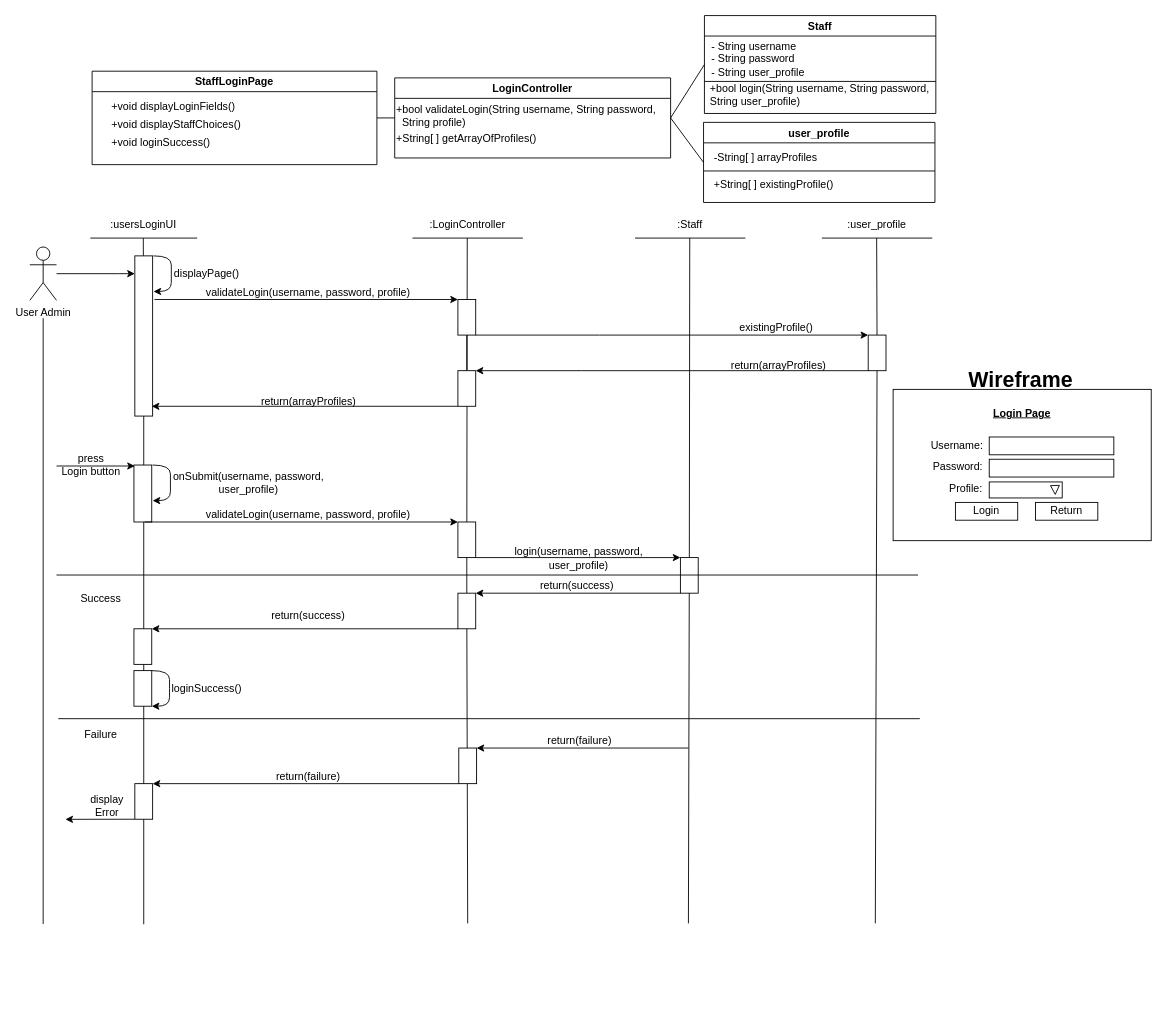
Above: BCE_UML_and_Diagrams/LoginLogout/LoginUserStory.drawio in extred5700/JAVAGUI-Restaurant-Table-Order-System (draw.io), before the change. Source tidied: cells renumbered, new cells numbered last; positions are measured from the earlier drawing's top-left corner, leaving out a move shared by most shapes. Both pictures are drawn from the tidied source at 89%, with x=0, y=0 at pixel (29, 15).
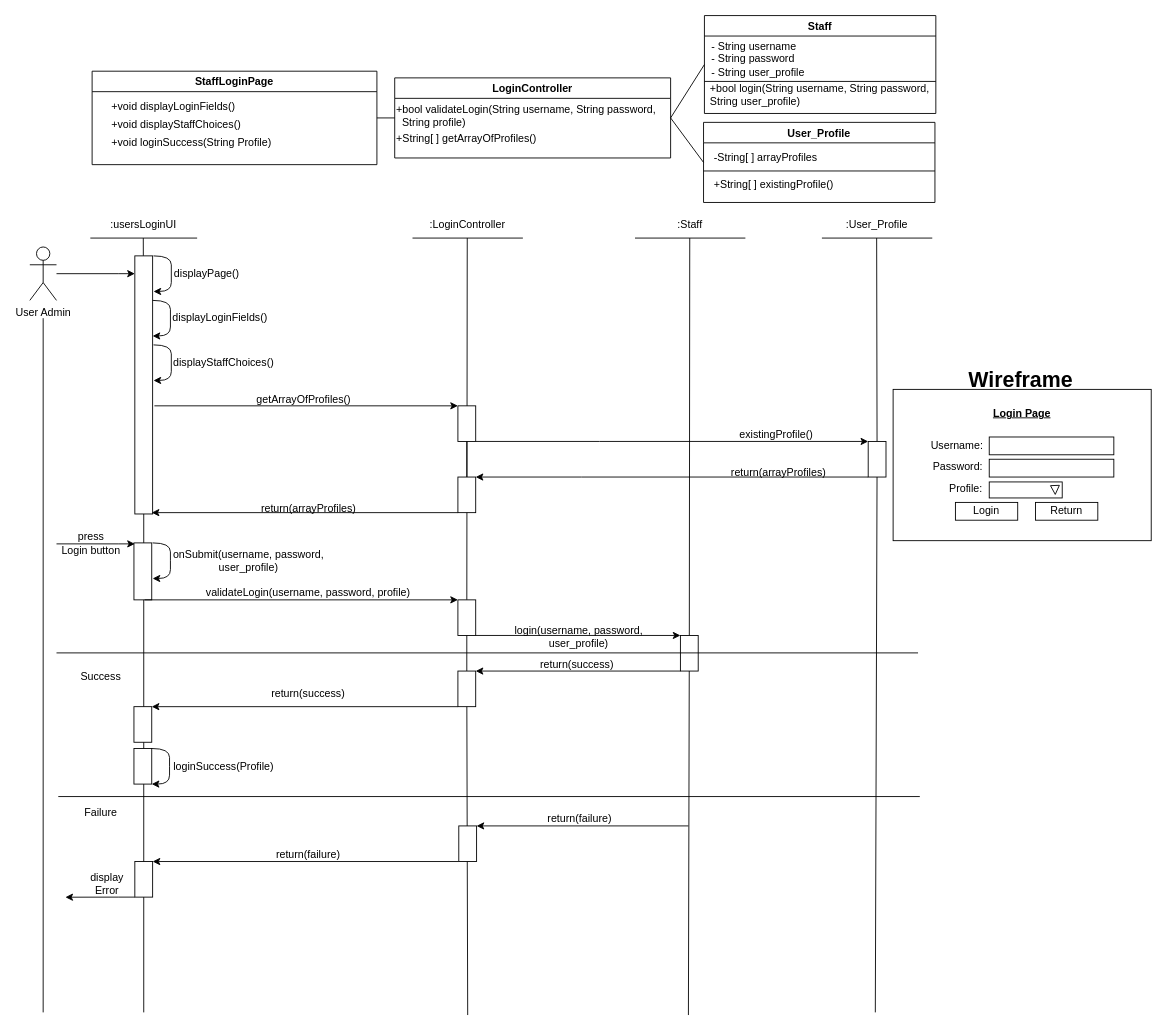
After the change.

Commit message (it also covers changes not shown here):
Changes to Login diagram

Title

Unchanged cells that the change refers to:
```xml
<mxCell id="2" value="StaffLoginPage" style="swimlane;" parent="1" vertex="1">
  <mxGeometry x="70" y="62.5" width="320" height="105" as="geometry" />
</mxCell>
```

The edit, as a diff of the source:
```diff
@@
-    <mxCell id="5" value="+void loginSuccess()" style="text;html=1;align=left;verticalAlign=middle;strokeColor=none;fillColor=none;" parent="2" vertex="1">
-      <mxGeometry x="20" y="70" width="130" height="20" as="geometry" />
+    <mxCell id="5" value="+void loginSuccess(String Profile)" style="text;html=1;align=left;verticalAlign=middle;strokeColor=none;fillColor=none;" parent="2" vertex="1">
+      <mxGeometry x="20" y="70" width="200" height="20" as="geometry" />
     </mxCell>
@@
     <mxCell id="25" style="rounded=0;whiteSpace=wrap;html=1;strokeColor=default;" parent="1" vertex="1">
-      <mxGeometry x="118" y="270" width="20" height="180" as="geometry" />
+      <mxGeometry x="118" y="270" width="20" height="290" as="geometry" />
     </mxCell>
     <mxCell id="26" style="endArrow=none;html=1;rounded=0;" parent="1" edge="1" target="25">
       <mxGeometry relative="1" as="geometry">
-        <mxPoint x="128" y="1021" as="sourcePoint" />
+        <mxPoint x="128" y="1120" as="sourcePoint" />
       </mxGeometry>
     </mxCell>
@@
     <mxCell id="29" style="rounded=0;whiteSpace=wrap;html=1;strokeColor=default;" parent="1" vertex="1">
-      <mxGeometry x="117" y="505" width="20" height="64" as="geometry" />
+      <mxGeometry x="117" y="592.5" width="20" height="64" as="geometry" />
     </mxCell>
     <mxCell id="30" style="curved=1;endArrow=classic;html=1;rounded=0;exitX=1;exitY=0;exitDx=0;exitDy=0;entryX=1;entryY=1;entryDx=0;entryDy=0;" parent="1" edge="1">
       <mxGeometry relative="1" as="geometry">
-        <mxPoint x="138" y="505" as="sourcePoint" />
-        <mxPoint x="138" y="545" as="targetPoint" />
+        <mxPoint x="138" y="592.5" as="sourcePoint" />
+        <mxPoint x="138" y="632.5" as="targetPoint" />
         <Array as="points">
-          <mxPoint x="158" y="505" />
-          <mxPoint x="158" y="525" />
-          <mxPoint x="158" y="545" />
+          <mxPoint x="158" y="592.5" />
+          <mxPoint x="158" y="612.5" />
+          <mxPoint x="158" y="632.5" />
         </Array>
       </mxGeometry>
     </mxCell>
     <mxCell id="31" value="onSubmit(username, password, user_profile)" style="text;html=1;strokeColor=none;fillColor=none;align=center;verticalAlign=middle;whiteSpace=wrap;rounded=0;" parent="1" vertex="1">
-      <mxGeometry x="130" y="510" width="232" height="30" as="geometry" />
+      <mxGeometry x="130" y="597.5" width="232" height="30" as="geometry" />
     </mxCell>
     <mxCell id="32" style="rounded=0;whiteSpace=wrap;html=1;strokeColor=default;" parent="1" vertex="1">
-      <mxGeometry x="481" y="569" width="20" height="40" as="geometry" />
+      <mxGeometry x="481" y="656.5" width="20" height="40" as="geometry" />
     </mxCell>
@@
     <mxCell id="34" style="endArrow=classic;html=1;rounded=0;entryX=0;entryY=0;entryDx=0;entryDy=0;" parent="1" edge="1" target="32">
       <mxGeometry relative="1" as="geometry">
-        <mxPoint x="129" y="569" as="sourcePoint" />
+        <mxPoint x="129" y="656.5" as="sourcePoint" />
       </mxGeometry>
     </mxCell>
     <mxCell id="35" value="&lt;span&gt;validateLogin&lt;/span&gt;(username, password, profile)" style="text;html=1;strokeColor=none;fillColor=none;align=center;verticalAlign=middle;whiteSpace=wrap;rounded=0;" parent="1" vertex="1">
-      <mxGeometry x="173" y="546" width="280" height="30" as="geometry" />
+      <mxGeometry x="173" y="633.5" width="280" height="30" as="geometry" />
     </mxCell>
     <mxCell id="36" style="rounded=0;whiteSpace=wrap;html=1;strokeColor=default;" parent="1" vertex="1">
-      <mxGeometry x="731" y="609" width="20" height="40" as="geometry" />
+      <mxGeometry x="731" y="696.5" width="20" height="40" as="geometry" />
     </mxCell>
     <mxCell id="37" style="endArrow=none;html=1;rounded=0;" parent="1" edge="1" target="36">
       <mxGeometry relative="1" as="geometry">
-        <mxPoint x="740" y="1020" as="sourcePoint" />
+        <mxPoint x="740" y="1123" as="sourcePoint" />
       </mxGeometry>
     </mxCell>
@@
     <mxCell id="39" value="login(username, password,&lt;br&gt;user_profile)" style="text;html=1;strokeColor=none;fillColor=none;align=center;verticalAlign=middle;whiteSpace=wrap;rounded=0;" parent="1" vertex="1">
-      <mxGeometry x="477" y="595" width="280" height="30" as="geometry" />
+      <mxGeometry x="477" y="682.5" width="280" height="30" as="geometry" />
     </mxCell>
     <mxCell id="40" style="rounded=0;whiteSpace=wrap;html=1;strokeColor=default;" parent="1" vertex="1">
-      <mxGeometry x="481" y="649" width="20" height="40" as="geometry" />
+      <mxGeometry x="481" y="736.5" width="20" height="40" as="geometry" />
     </mxCell>
     <mxCell id="41" style="endArrow=none;html=1;rounded=0;" parent="1" edge="1" target="40">
       <mxGeometry relative="1" as="geometry">
-        <mxPoint x="492" y="1020" as="sourcePoint" />
+        <mxPoint x="492" y="1123" as="sourcePoint" />
       </mxGeometry>
     </mxCell>
@@
     <mxCell id="43" value="return(success)" style="text;html=1;strokeColor=none;fillColor=none;align=center;verticalAlign=middle;whiteSpace=wrap;rounded=0;" parent="1" vertex="1">
-      <mxGeometry x="475" y="626" width="280" height="30" as="geometry" />
+      <mxGeometry x="475" y="713.5" width="280" height="30" as="geometry" />
     </mxCell>
     <mxCell id="44" style="rounded=0;whiteSpace=wrap;html=1;strokeColor=default;" parent="1" vertex="1">
-      <mxGeometry x="117" y="689" width="20" height="40" as="geometry" />
+      <mxGeometry x="117" y="776.5" width="20" height="40" as="geometry" />
     </mxCell>
@@
     <mxCell id="46" value="return(success)" style="text;html=1;strokeColor=none;fillColor=none;align=center;verticalAlign=middle;whiteSpace=wrap;rounded=0;" parent="1" vertex="1">
-      <mxGeometry x="173" y="659" width="280" height="30" as="geometry" />
+      <mxGeometry x="173" y="746.5" width="280" height="30" as="geometry" />
     </mxCell>
     <mxCell id="47" style="rounded=0;whiteSpace=wrap;html=1;strokeColor=default;" parent="1" vertex="1">
-      <mxGeometry x="117" y="736" width="20" height="40" as="geometry" />
+      <mxGeometry x="117" y="823.5" width="20" height="40" as="geometry" />
     </mxCell>
     <mxCell id="48" style="curved=1;endArrow=classic;html=1;rounded=0;exitX=1;exitY=0;exitDx=0;exitDy=0;entryX=1;entryY=1;entryDx=0;entryDy=0;" parent="1" edge="1" source="47" target="47">
       <mxGeometry relative="1" as="geometry">
         <Array as="points">
-          <mxPoint x="157" y="736" />
-          <mxPoint x="157" y="756" />
-          <mxPoint x="157" y="776" />
+          <mxPoint x="157" y="823.5" />
+          <mxPoint x="157" y="843.5" />
+          <mxPoint x="157" y="863.5" />
         </Array>
       </mxGeometry>
     </mxCell>
-    <mxCell id="49" value="loginSuccess()" style="text;html=1;strokeColor=none;fillColor=none;align=center;verticalAlign=middle;whiteSpace=wrap;rounded=0;" parent="1" vertex="1">
-      <mxGeometry x="159" y="741" width="80" height="30" as="geometry" />
+    <mxCell id="49" value="loginSuccess(Profile)" style="text;html=1;strokeColor=none;fillColor=none;align=center;verticalAlign=middle;whiteSpace=wrap;rounded=0;" parent="1" vertex="1">
+      <mxGeometry x="178" y="828.5" width="80" height="30" as="geometry" />
     </mxCell>
     <mxCell id="50" style="endArrow=none;html=1;rounded=0;" parent="1" edge="1">
       <mxGeometry relative="1" as="geometry">
-        <mxPoint x="32" y="790" as="sourcePoint" />
-        <mxPoint x="1000" y="790" as="targetPoint" />
+        <mxPoint x="32" y="877.5" as="sourcePoint" />
+        <mxPoint x="1000" y="877.5" as="targetPoint" />
       </mxGeometry>
     </mxCell>
     <mxCell id="51" value="Success" style="text;html=1;strokeColor=none;fillColor=none;align=center;verticalAlign=middle;whiteSpace=wrap;rounded=0;" parent="1" vertex="1">
-      <mxGeometry x="50" y="640" width="60" height="30" as="geometry" />
+      <mxGeometry x="50" y="727.5" width="60" height="30" as="geometry" />
     </mxCell>
     <mxCell id="52" value="Failure" style="text;html=1;strokeColor=none;fillColor=none;align=center;verticalAlign=middle;whiteSpace=wrap;rounded=0;" parent="1" vertex="1">
-      <mxGeometry x="50" y="793" width="60" height="30" as="geometry" />
+      <mxGeometry x="50" y="880.5" width="60" height="30" as="geometry" />
     </mxCell>
     <mxCell id="53" style="rounded=0;whiteSpace=wrap;html=1;strokeColor=default;" parent="1" vertex="1">
-      <mxGeometry x="482" y="823" width="20" height="40" as="geometry" />
+      <mxGeometry x="482" y="910.5" width="20" height="40" as="geometry" />
     </mxCell>
     <mxCell id="54" style="endArrow=classic;html=1;rounded=0;entryX=1;entryY=0;entryDx=0;entryDy=0;" parent="1" edge="1" target="53">
       <mxGeometry relative="1" as="geometry">
-        <mxPoint x="740" y="823" as="sourcePoint" />
+        <mxPoint x="740" y="910.5" as="sourcePoint" />
       </mxGeometry>
     </mxCell>
     <mxCell id="55" value="return(failure)" style="text;html=1;strokeColor=none;fillColor=none;align=center;verticalAlign=middle;whiteSpace=wrap;rounded=0;" parent="1" vertex="1">
-      <mxGeometry x="548" y="800" width="140" height="30" as="geometry" />
+      <mxGeometry x="548" y="887.5" width="140" height="30" as="geometry" />
     </mxCell>
     <mxCell id="56" style="edgeStyle=orthogonalEdgeStyle;rounded=0;jettySize=auto;html=1;exitX=0;exitY=1;exitDx=0;exitDy=0;" parent="1" edge="1" source="57">
       <mxGeometry relative="1" as="geometry">
-        <mxPoint x="40" y="903.1" as="targetPoint" />
+        <mxPoint x="40" y="990.6" as="targetPoint" />
         <Array as="points">
-          <mxPoint x="100" y="903" />
-          <mxPoint x="100" y="903" />
+          <mxPoint x="100" y="990.5" />
+          <mxPoint x="100" y="990.5" />
         </Array>
       </mxGeometry>
     </mxCell>
     <mxCell id="57" style="rounded=0;whiteSpace=wrap;html=1;strokeColor=default;" parent="1" vertex="1">
-      <mxGeometry x="118" y="863" width="20" height="40" as="geometry" />
+      <mxGeometry x="118" y="950.5" width="20" height="40" as="geometry" />
     </mxCell>
@@
     <mxCell id="59" value="return(failure)" style="text;html=1;strokeColor=none;fillColor=none;align=center;verticalAlign=middle;whiteSpace=wrap;rounded=0;" parent="1" vertex="1">
-      <mxGeometry x="168" y="840" width="290" height="30" as="geometry" />
+      <mxGeometry x="168" y="927.5" width="290" height="30" as="geometry" />
     </mxCell>
@@
-    <mxCell id="73" value="user_profile" style="swimlane;strokeColor=default;" parent="1" vertex="1">
+    <mxCell id="73" value="User_Profile" style="swimlane;strokeColor=default;" parent="1" vertex="1">
       <mxGeometry x="757" y="120" width="260" height="90" as="geometry" />
     </mxCell>
@@
-    <mxCell id="78" value=":user_profile" style="text;html=1;strokeColor=none;fillColor=none;align=center;verticalAlign=middle;whiteSpace=wrap;rounded=0;" parent="1" vertex="1">
+    <mxCell id="78" value=":User_Profile" style="text;html=1;strokeColor=none;fillColor=none;align=center;verticalAlign=middle;whiteSpace=wrap;rounded=0;" parent="1" vertex="1">
       <mxGeometry x="890" y="220" width="124" height="30" as="geometry" />
     </mxCell>
@@
     <mxCell id="81" style="edgeStyle=orthogonalEdgeStyle;rounded=0;jettySize=auto;html=1;exitX=0;exitY=1;exitDx=0;exitDy=0;entryX=1;entryY=0;entryDx=0;entryDy=0;" parent="1" edge="1" source="82" target="89">
       <mxGeometry relative="1" as="geometry">
         <Array as="points">
-          <mxPoint x="620" y="399" />
-          <mxPoint x="620" y="399" />
+          <mxPoint x="620" y="518.5" />
+          <mxPoint x="620" y="518.5" />
         </Array>
       </mxGeometry>
     </mxCell>
     <mxCell id="82" style="rounded=0;whiteSpace=wrap;html=1;strokeColor=default;" parent="1" vertex="1">
-      <mxGeometry x="942" y="359" width="20" height="40" as="geometry" />
+      <mxGeometry x="942" y="478.5" width="20" height="40" as="geometry" />
     </mxCell>
     <mxCell id="83" style="endArrow=none;html=1;rounded=0;" parent="1" edge="1" target="82">
       <mxGeometry relative="1" as="geometry">
-        <mxPoint x="950" y="1020" as="sourcePoint" />
+        <mxPoint x="950" y="1120" as="sourcePoint" />
       </mxGeometry>
     </mxCell>
     <mxCell id="84" style="edgeStyle=orthogonalEdgeStyle;rounded=0;jettySize=auto;html=1;exitX=1;exitY=1;exitDx=0;exitDy=0;entryX=0;entryY=0;entryDx=0;entryDy=0;" parent="1" edge="1" source="85" target="82">
       <mxGeometry relative="1" as="geometry">
         <Array as="points">
-          <mxPoint x="640" y="359" />
-          <mxPoint x="640" y="359" />
+          <mxPoint x="640" y="478.5" />
+          <mxPoint x="640" y="478.5" />
         </Array>
       </mxGeometry>
     </mxCell>
     <mxCell id="85" style="rounded=0;whiteSpace=wrap;html=1;strokeColor=default;" parent="1" vertex="1">
-      <mxGeometry x="481" y="319" width="20" height="40" as="geometry" />
+      <mxGeometry x="481" y="438.5" width="20" height="40" as="geometry" />
     </mxCell>
@@
     <mxCell id="87" style="endArrow=classic;html=1;rounded=0;entryX=0;entryY=0;entryDx=0;entryDy=0;" parent="1" edge="1" target="85">
       <mxGeometry relative="1" as="geometry">
-        <mxPoint x="140" y="319" as="sourcePoint" />
+        <mxPoint x="140" y="438.5" as="sourcePoint" />
       </mxGeometry>
     </mxCell>
-    <mxCell id="88" value="&lt;span&gt;validateLogin&lt;/span&gt;(username, password, profile)" style="text;html=1;strokeColor=none;fillColor=none;align=center;verticalAlign=middle;whiteSpace=wrap;rounded=0;" parent="1" vertex="1">
-      <mxGeometry x="173" y="297" width="280" height="30" as="geometry" />
+    <mxCell id="88" value="getArrayOfProfiles()" style="text;html=1;strokeColor=none;fillColor=none;align=center;verticalAlign=middle;whiteSpace=wrap;rounded=0;" parent="1" vertex="1">
+      <mxGeometry x="168" y="416.5" width="280" height="30" as="geometry" />
     </mxCell>
     <mxCell id="89" style="rounded=0;whiteSpace=wrap;html=1;strokeColor=default;" parent="1" vertex="1">
-      <mxGeometry x="481" y="399" width="20" height="40" as="geometry" />
+      <mxGeometry x="481" y="518.5" width="20" height="40" as="geometry" />
     </mxCell>
     <mxCell id="90" style="endArrow=classic;html=1;rounded=0;entryX=1;entryY=0;entryDx=0;entryDy=0;exitX=0;exitY=1;exitDx=0;exitDy=0;" parent="1" edge="1" source="89">
       <mxGeometry relative="1" as="geometry">
-        <mxPoint x="137" y="439" as="targetPoint" />
+        <mxPoint x="137" y="558.5" as="targetPoint" />
       </mxGeometry>
     </mxCell>
     <mxCell id="91" value="return(arrayProfiles)" style="text;html=1;strokeColor=none;fillColor=none;align=center;verticalAlign=middle;whiteSpace=wrap;rounded=0;" parent="1" vertex="1">
-      <mxGeometry x="264.5" y="419" width="97" height="30" as="geometry" />
+      <mxGeometry x="264.5" y="538.5" width="97" height="30" as="geometry" />
     </mxCell>
     <mxCell id="92" value="existingProfile()" style="text;html=1;strokeColor=none;fillColor=none;align=center;verticalAlign=middle;whiteSpace=wrap;rounded=0;" parent="1" vertex="1">
-      <mxGeometry x="788" y="336" width="102" height="30" as="geometry" />
+      <mxGeometry x="788" y="455.5" width="102" height="30" as="geometry" />
     </mxCell>
     <mxCell id="93" value="return(arrayProfiles)" style="text;html=1;strokeColor=none;fillColor=none;align=center;verticalAlign=middle;whiteSpace=wrap;rounded=0;" parent="1" vertex="1">
-      <mxGeometry x="793" y="379" width="97" height="30" as="geometry" />
+      <mxGeometry x="793" y="498.5" width="97" height="30" as="geometry" />
     </mxCell>
     <mxCell id="94" value="display&lt;br&gt;Error" style="text;html=1;strokeColor=none;fillColor=none;align=center;verticalAlign=middle;whiteSpace=wrap;rounded=0;" parent="1" vertex="1">
-      <mxGeometry x="57" y="873" width="60" height="30" as="geometry" />
+      <mxGeometry x="57" y="960.5" width="60" height="30" as="geometry" />
     </mxCell>
     <mxCell id="95" style="endArrow=none;html=1;rounded=0;" parent="1" edge="1">
       <mxGeometry relative="1" as="geometry">
-        <mxPoint x="30" y="628.6" as="sourcePoint" />
-        <mxPoint x="998" y="628.6" as="targetPoint" />
+        <mxPoint x="30" y="716.1" as="sourcePoint" />
+        <mxPoint x="998" y="716.1" as="targetPoint" />
       </mxGeometry>
     </mxCell>
     <mxCell id="96" style="endArrow=none;html=1;rounded=0;" parent="1" edge="1">
       <mxGeometry relative="1" as="geometry">
-        <mxPoint x="15" y="1020.8" as="sourcePoint" />
+        <mxPoint x="15" y="1120" as="sourcePoint" />
         <mxPoint x="15" y="340" as="targetPoint" />
       </mxGeometry>
     </mxCell>
     <mxCell id="97" style="edgeStyle=orthogonalEdgeStyle;rounded=0;orthogonalLoop=1;jettySize=auto;html=1;exitX=0.5;exitY=0.5;exitDx=0;exitDy=0;exitPerimeter=0;" parent="1" edge="1">
       <mxGeometry relative="1" as="geometry">
-        <mxPoint x="30" y="506.1" as="sourcePoint" />
-        <mxPoint x="118" y="506.1" as="targetPoint" />
+        <mxPoint x="30" y="593.6" as="sourcePoint" />
+        <mxPoint x="118" y="593.6" as="targetPoint" />
         <Array as="points">
-          <mxPoint x="100" y="506.1" />
-          <mxPoint x="100" y="506.1" />
+          <mxPoint x="100" y="593.6" />
+          <mxPoint x="100" y="593.6" />
         </Array>
       </mxGeometry>
     </mxCell>
     <mxCell id="98" value="press&lt;br&gt;Login button" style="text;html=1;strokeColor=none;fillColor=none;align=center;verticalAlign=middle;whiteSpace=wrap;rounded=0;" parent="1" vertex="1">
-      <mxGeometry x="34" y="490" width="70" height="30" as="geometry" />
+      <mxGeometry x="34" y="577.5" width="70" height="30" as="geometry" />
     </mxCell>
+    <mxCell id="99" style="curved=1;endArrow=classic;html=1;rounded=0;exitX=1;exitY=0;exitDx=0;exitDy=0;entryX=1;entryY=1;entryDx=0;entryDy=0;" parent="1" edge="1">
+      <mxGeometry relative="1" as="geometry">
+        <mxPoint x="138" y="320" as="sourcePoint" />
+        <mxPoint x="138" y="360" as="targetPoint" />
+        <Array as="points">
+          <mxPoint x="158" y="320" />
+          <mxPoint x="158" y="340" />
+          <mxPoint x="158" y="360" />
+        </Array>
+      </mxGeometry>
+    </mxCell>
+    <mxCell id="100" value="displayLoginFields()" style="text;html=1;strokeColor=none;fillColor=none;align=center;verticalAlign=middle;whiteSpace=wrap;rounded=0;" parent="1" vertex="1">
+      <mxGeometry x="174" y="325" width="80" height="30" as="geometry" />
+    </mxCell>
+    <mxCell id="101" style="curved=1;endArrow=classic;html=1;rounded=0;exitX=1;exitY=0;exitDx=0;exitDy=0;entryX=1;entryY=1;entryDx=0;entryDy=0;" parent="1" edge="1">
+      <mxGeometry relative="1" as="geometry">
+        <mxPoint x="139" y="370" as="sourcePoint" />
+        <mxPoint x="139" y="410" as="targetPoint" />
+        <Array as="points">
+          <mxPoint x="159" y="370" />
+          <mxPoint x="159" y="390" />
+          <mxPoint x="159" y="410" />
+        </Array>
+      </mxGeometry>
+    </mxCell>
+    <mxCell id="102" value="displayStaffChoices()" style="text;html=1;strokeColor=none;fillColor=none;align=center;verticalAlign=middle;whiteSpace=wrap;rounded=0;" parent="1" vertex="1">
+      <mxGeometry x="178" y="375" width="80" height="30" as="geometry" />
+    </mxCell>
```
